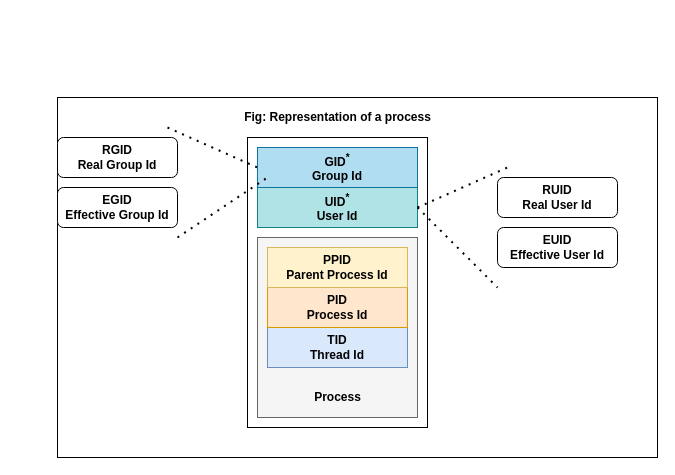
This is LFS101x_Introduction_to_Linux/DrawIO/Linux_Representation_Of_Process.drawio from Ravi-Upadhyay/linux-playground, a draw.io file, before an edit. Source tidied: cells renumbered, new cells numbered last; positions are measured from the earlier drawing's top-left corner, leaving out a move shared by most shapes. Both pictures are drawn from the tidied source at 100%, with x=0, y=0 at pixel (57, 97).
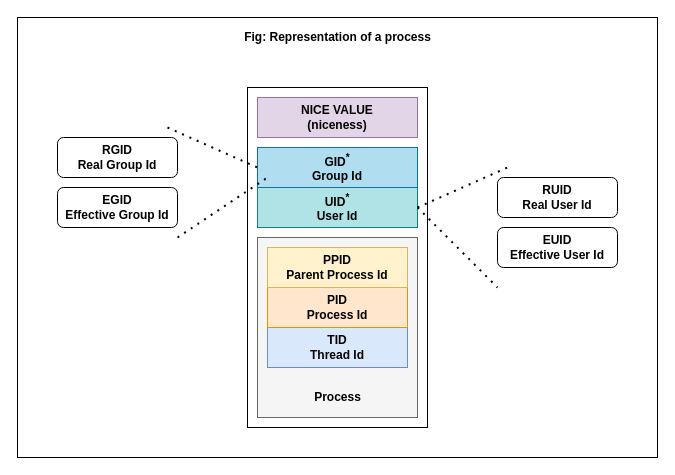
The same diagram, later.

What changed in the source:
```diff
@@
     <mxCell id="2" style="rounded=0;whiteSpace=wrap;html=1;" parent="1" vertex="1">
-      <mxGeometry width="600" height="360" as="geometry" />
+      <mxGeometry x="-40" y="-80" width="640" height="440" as="geometry" />
     </mxCell>
     <mxCell id="3" style="rounded=0;whiteSpace=wrap;html=1;" parent="1" vertex="1">
-      <mxGeometry x="190" y="40" width="180" height="290" as="geometry" />
+      <mxGeometry x="190" y="-10" width="180" height="340" as="geometry" />
     </mxCell>
@@
     <mxCell id="19" value="Fig: Representation of a process" style="text;html=1;align=center;verticalAlign=middle;strokeColor=none;fontStyle=1;" parent="1" vertex="1">
-      <mxGeometry x="180" y="10" width="200" height="20" as="geometry" />
+      <mxGeometry x="180" y="-70" width="200" height="20" as="geometry" />
     </mxCell>
+    <mxCell id="20" value="&lt;b&gt;NICE VALUE&lt;br&gt;(niceness)&lt;br&gt;&lt;/b&gt;" style="rounded=0;whiteSpace=wrap;html=1;fillColor=#e1d5e7;strokeColor=#9673a6;" parent="1" vertex="1">
+      <mxGeometry x="200" width="160" height="40" as="geometry" />
+    </mxCell>
```
